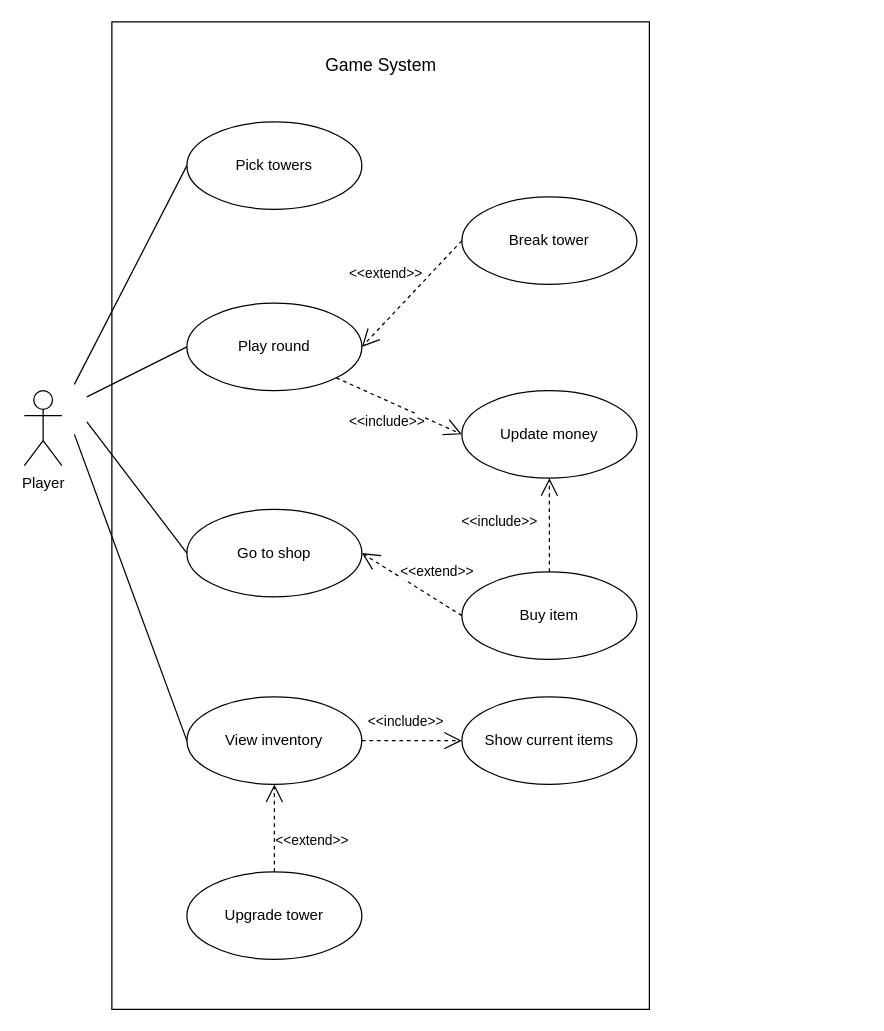
BlobFish9669/Resource-Stockpiling keeps this draw.io diagram as page "Game" (1 of 6) of src/main/resources/uml/UseCaseDiagrams.drawio. Above is the earlier version. Source tidied: cells renumbered, new cells numbered last; positions are measured from the earlier drawing's top-left corner, leaving out a move shared by most shapes. Both pictures are drawn from the tidied source at 125%, with x=0, y=0 at pixel (24, 21).
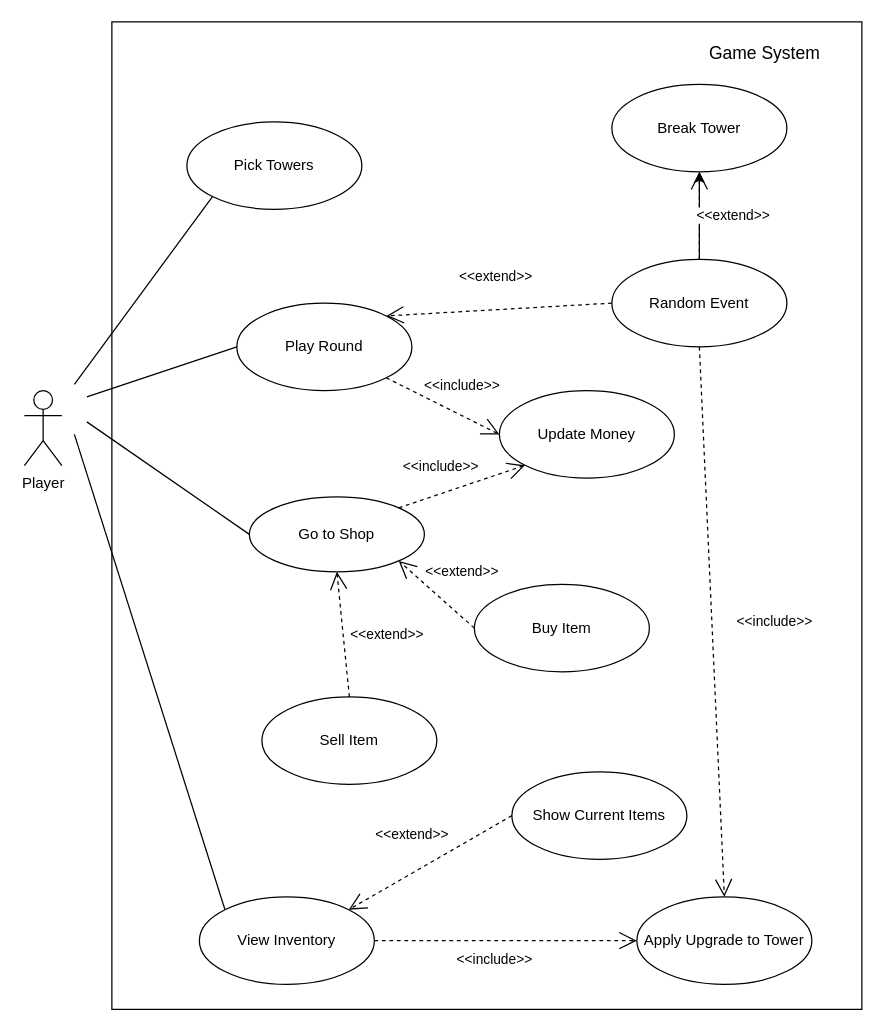
The same page after the edit.

The edit, as a diff of the source:
```diff
@@
     <mxCell id="2" style="rounded=0;whiteSpace=wrap;html=1;" parent="1" vertex="1">
-      <mxGeometry x="70" width="430" height="790" as="geometry" />
+      <mxGeometry x="70" width="600" height="790" as="geometry" />
     </mxCell>
     <mxCell id="3" value="&lt;font style=&quot;font-size: 14px;&quot;&gt;Game System&lt;/font&gt;" style="text;html=1;align=center;verticalAlign=middle;whiteSpace=wrap;rounded=0;" parent="1" vertex="1">
-      <mxGeometry x="213" y="20" width="145" height="30" as="geometry" />
+      <mxGeometry x="520" y="10" width="145" height="30" as="geometry" />
     </mxCell>
@@
-    <mxCell id="5" value="Pick towers" style="ellipse;whiteSpace=wrap;html=1;" parent="1" vertex="1">
+    <mxCell id="5" value="Pick Towers" style="ellipse;whiteSpace=wrap;html=1;" parent="1" vertex="1">
       <mxGeometry x="130" y="80" width="140" height="70" as="geometry" />
     </mxCell>
-    <mxCell id="6" value="Play round" style="ellipse;whiteSpace=wrap;html=1;" parent="1" vertex="1">
-      <mxGeometry x="130" y="225" width="140" height="70" as="geometry" />
+    <mxCell id="6" value="Play Round" style="ellipse;whiteSpace=wrap;html=1;" parent="1" vertex="1">
+      <mxGeometry x="170" y="225" width="140" height="70" as="geometry" />
     </mxCell>
-    <mxCell id="7" value="View inventory" style="ellipse;whiteSpace=wrap;html=1;" parent="1" vertex="1">
-      <mxGeometry x="130" y="540" width="140" height="70" as="geometry" />
+    <mxCell id="7" value="View Inventory" style="ellipse;whiteSpace=wrap;html=1;" parent="1" vertex="1">
+      <mxGeometry x="140" y="700" width="140" height="70" as="geometry" />
     </mxCell>
-    <mxCell id="8" value="Show current items" style="ellipse;whiteSpace=wrap;html=1;" parent="1" vertex="1">
-      <mxGeometry x="350" y="540" width="140" height="70" as="geometry" />
+    <mxCell id="8" value="Show Current Items" style="ellipse;whiteSpace=wrap;html=1;" parent="1" vertex="1">
+      <mxGeometry x="390" y="600" width="140" height="70" as="geometry" />
     </mxCell>
-    <mxCell id="9" value="Buy item" style="ellipse;whiteSpace=wrap;html=1;" parent="1" vertex="1">
-      <mxGeometry x="350" y="440" width="140" height="70" as="geometry" />
+    <mxCell id="9" value="Buy Item" style="ellipse;whiteSpace=wrap;html=1;" parent="1" vertex="1">
+      <mxGeometry x="360" y="450" width="140" height="70" as="geometry" />
     </mxCell>
+    <mxCell id="24" style="edgeStyle=orthogonalEdgeStyle;rounded=0;jettySize=auto;html=1;" parent="1" edge="1" source="10" target="28">
+      <mxGeometry relative="1" as="geometry" />
+    </mxCell>
-    <mxCell id="10" value="Break tower" style="ellipse;whiteSpace=wrap;html=1;" parent="1" vertex="1">
-      <mxGeometry x="350" y="140" width="140" height="70" as="geometry" />
+    <mxCell id="10" value="Random Event" style="ellipse;whiteSpace=wrap;html=1;" parent="1" vertex="1">
+      <mxGeometry x="470" y="190" width="140" height="70" as="geometry" />
     </mxCell>
-    <mxCell id="11" value="Upgrade tower" style="ellipse;whiteSpace=wrap;html=1;" parent="1" vertex="1">
-      <mxGeometry x="130" y="680" width="140" height="70" as="geometry" />
+    <mxCell id="11" value="Apply Upgrade to Tower" style="ellipse;whiteSpace=wrap;html=1;" parent="1" vertex="1">
+      <mxGeometry x="490" y="700" width="140" height="70" as="geometry" />
     </mxCell>
-    <mxCell id="12" value="Go to shop" style="ellipse;whiteSpace=wrap;html=1;" parent="1" vertex="1">
-      <mxGeometry x="130" y="390" width="140" height="70" as="geometry" />
+    <mxCell id="12" value="Go to Shop" style="ellipse;whiteSpace=wrap;html=1;" parent="1" vertex="1">
+      <mxGeometry x="180" y="380" width="140" height="60" as="geometry" />
     </mxCell>
-    <mxCell id="13" value="Update money" style="ellipse;whiteSpace=wrap;html=1;" parent="1" vertex="1">
-      <mxGeometry x="350" y="295" width="140" height="70" as="geometry" />
+    <mxCell id="13" value="Update Money" style="ellipse;whiteSpace=wrap;html=1;" parent="1" vertex="1">
+      <mxGeometry x="380" y="295" width="140" height="70" as="geometry" />
     </mxCell>
-    <mxCell id="14" style="endArrow=none;html=1;rounded=0;entryX=0;entryY=0.5;entryDx=0;entryDy=0;" parent="1" edge="1" target="5">
+    <mxCell id="14" style="endArrow=none;html=1;rounded=0;entryX=0;entryY=1;entryDx=0;entryDy=0;" parent="1" edge="1" target="5">
       <mxGeometry relative="1" as="geometry">
         <mxPoint x="40" y="290" as="sourcePoint" />
       </mxGeometry>
     </mxCell>
@@
-    <mxCell id="17" style="endArrow=none;html=1;rounded=0;entryX=0;entryY=0.5;entryDx=0;entryDy=0;" parent="1" edge="1" target="7">
+    <mxCell id="17" style="endArrow=none;html=1;rounded=0;entryX=0;entryY=0;entryDx=0;entryDy=0;" parent="1" edge="1" target="7">
       <mxGeometry relative="1" as="geometry">
         <mxPoint x="40" y="330" as="sourcePoint" />
       </mxGeometry>
     </mxCell>
-    <mxCell id="18" value="&amp;lt;&amp;lt;extend&amp;gt;&amp;gt;" style="endArrow=open;endSize=12;dashed=1;html=1;rounded=0;entryX=1;entryY=0.5;entryDx=0;entryDy=0;exitX=0;exitY=0.5;exitDx=0;exitDy=0;" parent="1" edge="1" source="10" target="6">
+    <mxCell id="18" value="&amp;lt;&amp;lt;extend&amp;gt;&amp;gt;" style="endArrow=open;endSize=12;dashed=1;html=1;rounded=0;entryX=1;entryY=0;entryDx=0;entryDy=0;exitX=0;exitY=0.5;exitDx=0;exitDy=0;" parent="1" edge="1" source="10" target="6">
       <mxGeometry x="0.02" y="-27" relative="1" as="geometry">
         <mxPoint y="1" as="offset" />
       </mxGeometry>
     </mxCell>
-    <mxCell id="19" value="&amp;lt;&amp;lt;include&amp;gt;&amp;gt;" style="endArrow=open;endSize=12;dashed=1;html=1;rounded=0;entryX=0;entryY=0.5;entryDx=0;entryDy=0;exitX=1;exitY=1;exitDx=0;exitDy=0;" parent="1" edge="1" source="6" target="13">
-      <mxGeometry x="-0.07" y="-16" relative="1" as="geometry">
-        <mxPoint x="1" as="offset" />
-      </mxGeometry>
+    <mxCell id="19" value="&amp;lt;&amp;lt;include&amp;gt;&amp;gt;" style="endArrow=open;endSize=12;dashed=1;html=1;rounded=0;exitX=1;exitY=1;exitDx=0;exitDy=0;entryX=0;entryY=0.5;entryDx=0;entryDy=0;" parent="1" edge="1" source="6" target="13">
+      <mxGeometry x="0.12" y="22" relative="1" as="geometry" />
     </mxCell>
-    <mxCell id="20" value="&amp;lt;&amp;lt;include&amp;gt;&amp;gt;" style="endArrow=open;endSize=12;dashed=1;html=1;rounded=0;entryX=0.5;entryY=1;entryDx=0;entryDy=0;exitX=0.5;exitY=0;exitDx=0;exitDy=0;" parent="1" edge="1" source="9" target="13">
-      <mxGeometry x="0.07" y="40" relative="1" as="geometry" />
-    </mxCell>
-    <mxCell id="21" value="&amp;lt;&amp;lt;extend&amp;gt;&amp;gt;" style="endArrow=open;endSize=12;dashed=1;html=1;rounded=0;entryX=1;entryY=0.5;entryDx=0;entryDy=0;exitX=0;exitY=0.5;exitDx=0;exitDy=0;" parent="1" edge="1" source="9" target="12">
-      <mxGeometry x="-0.25" y="-19" relative="1" as="geometry" />
-    </mxCell>
-    <mxCell id="22" value="&amp;lt;&amp;lt;extend&amp;gt;&amp;gt;" style="endArrow=open;endSize=12;dashed=1;html=1;rounded=0;entryX=0.5;entryY=1;entryDx=0;entryDy=0;exitX=0.5;exitY=0;exitDx=0;exitDy=0;" parent="1" edge="1" source="11" target="7">
-      <mxGeometry x="-0.25" y="-30" relative="1" as="geometry">
-        <mxPoint y="1" as="offset" />
-      </mxGeometry>
+    <mxCell id="22" value="&amp;lt;&amp;lt;include&amp;gt;&amp;gt;" style="endArrow=open;endSize=12;dashed=1;html=1;rounded=0;entryX=0;entryY=0.5;entryDx=0;entryDy=0;exitX=1;exitY=0.5;exitDx=0;exitDy=0;" parent="1" edge="1" source="7" target="11">
+      <mxGeometry x="-0.09" y="-15" relative="1" as="geometry" />
     </mxCell>
-    <mxCell id="23" value="&amp;lt;&amp;lt;include&amp;gt;&amp;gt;" style="endArrow=open;endSize=12;dashed=1;html=1;rounded=0;entryX=0;entryY=0.5;entryDx=0;entryDy=0;exitX=1;exitY=0.5;exitDx=0;exitDy=0;" parent="1" edge="1" source="7" target="8">
-      <mxGeometry x="-0.14" y="15" relative="1" as="geometry">
-        <mxPoint x="1" as="offset" />
-      </mxGeometry>
+    <mxCell id="23" value="&amp;lt;&amp;lt;extend&amp;gt;&amp;gt;" style="endArrow=open;endSize=12;dashed=1;html=1;rounded=0;exitX=0;exitY=0.5;exitDx=0;exitDy=0;entryX=1;entryY=0;entryDx=0;entryDy=0;" parent="1" edge="1" source="8" target="7">
+      <mxGeometry x="0.02" y="-27" relative="1" as="geometry" />
     </mxCell>
+    <mxCell id="25" value="Sell Item" style="ellipse;whiteSpace=wrap;html=1;" parent="1" vertex="1">
+      <mxGeometry x="190" y="540" width="140" height="70" as="geometry" />
+    </mxCell>
+    <mxCell id="26" value="&amp;lt;&amp;lt;include&amp;gt;&amp;gt;" style="endArrow=open;endSize=12;dashed=1;html=1;rounded=0;exitX=1;exitY=0;exitDx=0;exitDy=0;entryX=0;entryY=1;entryDx=0;entryDy=0;" parent="1" edge="1" source="12" target="13">
+      <mxGeometry x="-0.21" y="21" relative="1" as="geometry">
+        <mxPoint y="1" as="offset" />
+      </mxGeometry>
+    </mxCell>
+    <mxCell id="21" value="&amp;lt;&amp;lt;extend&amp;gt;&amp;gt;" style="endArrow=open;endSize=12;dashed=1;html=1;rounded=0;entryX=1;entryY=1;entryDx=0;entryDy=0;exitX=0;exitY=0.5;exitDx=0;exitDy=0;" parent="1" edge="1" source="9" target="12">
+      <mxGeometry x="-0.07" y="-27" relative="1" as="geometry" />
+    </mxCell>
+    <mxCell id="27" value="&amp;lt;&amp;lt;extend&amp;gt;&amp;gt;" style="endArrow=open;endSize=12;dashed=1;html=1;rounded=0;entryX=0.5;entryY=1;entryDx=0;entryDy=0;exitX=0.5;exitY=0;exitDx=0;exitDy=0;" parent="1" edge="1" source="25" target="12">
+      <mxGeometry x="-0.07" y="-35" relative="1" as="geometry" />
+    </mxCell>
+    <mxCell id="28" value="Break Tower" style="ellipse;whiteSpace=wrap;html=1;" parent="1" vertex="1">
+      <mxGeometry x="470" y="50" width="140" height="70" as="geometry" />
+    </mxCell>
+    <mxCell id="29" value="&amp;lt;&amp;lt;extend&amp;gt;&amp;gt;" style="endArrow=open;endSize=12;dashed=1;html=1;rounded=0;entryX=0.5;entryY=1;entryDx=0;entryDy=0;exitX=0.5;exitY=0;exitDx=0;exitDy=0;" parent="1" edge="1" source="10" target="28">
+      <mxGeometry x="0.02" y="-27" relative="1" as="geometry">
+        <mxPoint y="1" as="offset" />
+      </mxGeometry>
+    </mxCell>
+    <mxCell id="30" value="&amp;lt;&amp;lt;include&amp;gt;&amp;gt;" style="endArrow=open;endSize=12;dashed=1;html=1;rounded=0;entryX=0.5;entryY=0;entryDx=0;entryDy=0;exitX=0.5;exitY=1;exitDx=0;exitDy=0;" parent="1" edge="1" source="10" target="11">
+      <mxGeometry x="0.01" y="50" relative="1" as="geometry" />
+    </mxCell>
```
